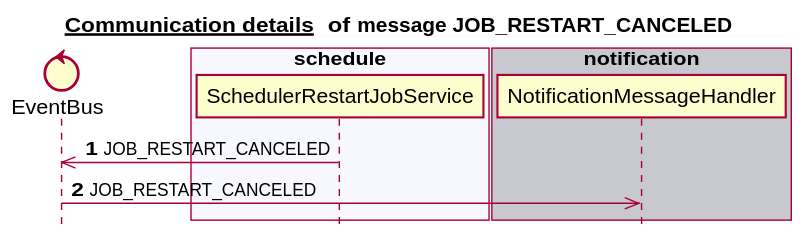
This is docs/latest/images/gen_domain_messaging_job_restart_canceled.svg from mercedes-benz/sechub, a PlantUML export, as it was before one commit.
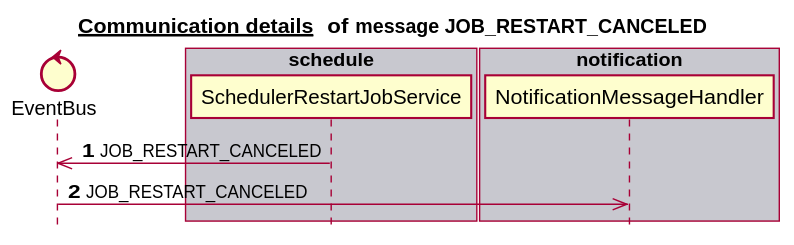
Above is the later version.

The edit, as a diff of the source:
```diff
@@ -6,17 +6,17 @@
 
 
 control EventBus
-box "authorization" #C8C8CF
+box "schedule" #C8C8CF
+   participant SchedulerRestartJobService
 end box
 box "scan" #F8F8FF
 end box
-box "administration" #C8C8CF
-end box
-box "schedule" #F8F8FF
-   participant SchedulerRestartJobService
-end box
 box "notification" #C8C8CF
    participant NotificationMessageHandler
+end box
+box "administration" #F8F8FF
+end box
+box "authorization" #C8C8CF
 end box
 autonumber 1
 SchedulerRestartJobService ->> EventBus:JOB_RESTART_CANCELED
```
